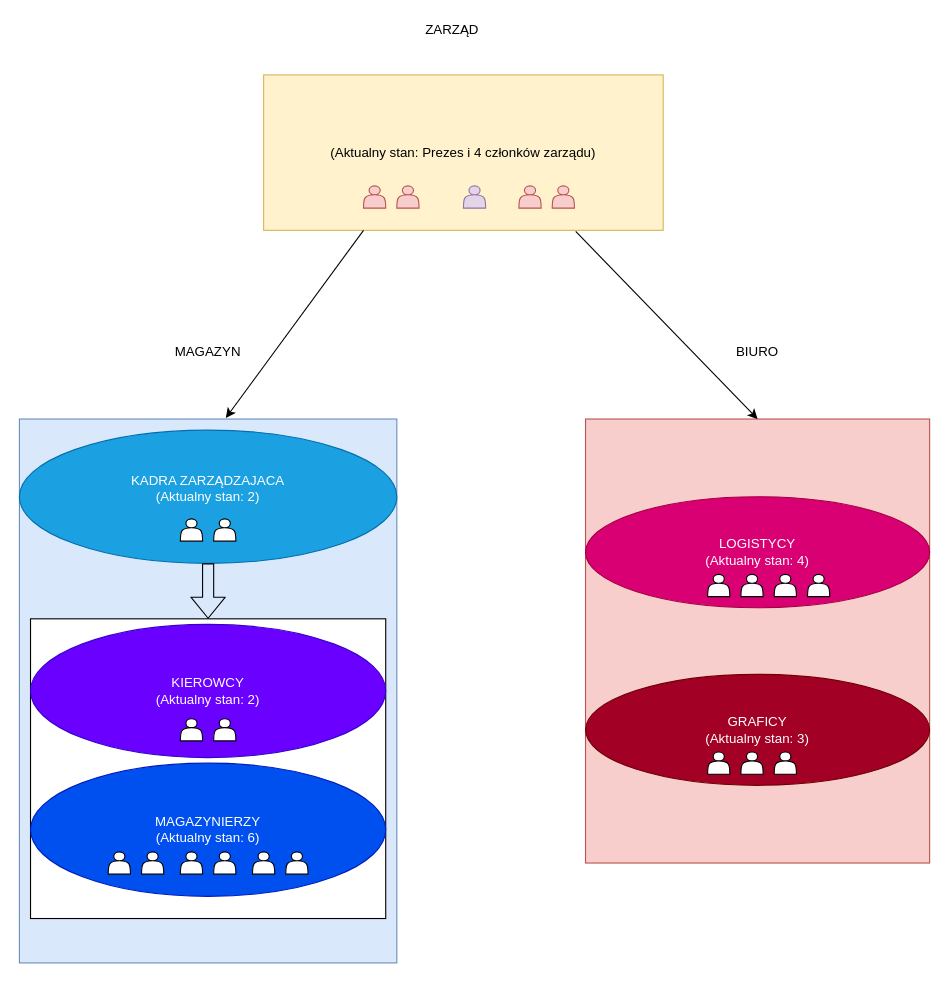
Before: Untitled Diagram.drawio in Moluk34/Studia, a draw.io diagram. Source tidied: cells renumbered, new cells numbered last; positions are measured from the earlier drawing's top-left corner, leaving out a move shared by most shapes. Both pictures are drawn from the tidied source at 111%, with x=0, y=0 at pixel (19, 19).
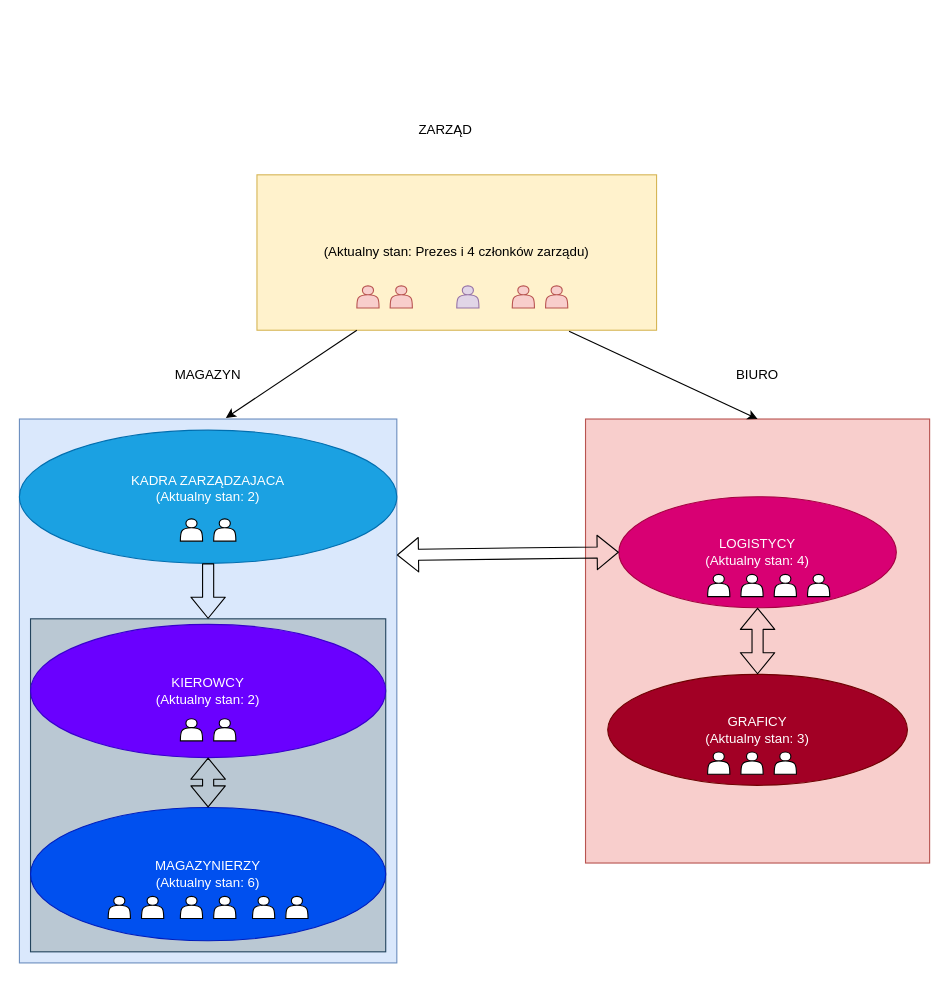
Above is the later version.

The change refers to these unchanged cells:
```xml
<mxCell id="2" style="rounded=0;whiteSpace=wrap;html=1;fillColor=#dae8fc;strokeColor=#6c8ebf;" parent="1" vertex="1">
  <mxGeometry y="360" width="340" height="490" as="geometry" />
</mxCell>
<mxCell id="14" value="KIEROWCY&lt;br&gt;(Aktualny stan: 2)" style="ellipse;whiteSpace=wrap;html=1;fillColor=#6a00ff;strokeColor=#3700CC;fontColor=#ffffff;" parent="1" vertex="1">
  <mxGeometry x="10" y="545" width="320" height="120" as="geometry" />
</mxCell>
```

What changed in the source:
```diff
@@
-    <mxCell id="3" style="rounded=0;whiteSpace=wrap;html=1;" parent="1" vertex="1">
-      <mxGeometry x="10" y="540" width="320" height="270" as="geometry" />
+    <mxCell id="3" style="rounded=0;whiteSpace=wrap;html=1;fillColor=#bac8d3;strokeColor=#23445d;" parent="1" vertex="1">
+      <mxGeometry x="10" y="540" width="320" height="300" as="geometry" />
     </mxCell>
@@
     <mxCell id="5" value="MAGAZYN" style="text;html=1;strokeColor=none;fillColor=none;align=center;verticalAlign=middle;whiteSpace=wrap;rounded=0;" parent="1" vertex="1">
-      <mxGeometry x="150" y="290" width="40" height="20" as="geometry" />
+      <mxGeometry x="150" y="310" width="40" height="20" as="geometry" />
     </mxCell>
     <mxCell id="6" value="BIURO" style="text;html=1;strokeColor=none;fillColor=none;align=center;verticalAlign=middle;whiteSpace=wrap;rounded=0;" parent="1" vertex="1">
-      <mxGeometry x="645" y="290" width="40" height="20" as="geometry" />
+      <mxGeometry x="645" y="310" width="40" height="20" as="geometry" />
     </mxCell>
     <mxCell id="7" value="(Aktualny stan: Prezes i 4 członków zarządu)" style="rounded=0;whiteSpace=wrap;html=1;fillColor=#fff2cc;strokeColor=#d6b656;" parent="1" vertex="1">
-      <mxGeometry x="220" y="50" width="360" height="140" as="geometry" />
+      <mxGeometry x="214" y="140" width="360" height="140" as="geometry" />
     </mxCell>
     <mxCell id="8" value="ZARZĄD" style="text;html=1;strokeColor=none;fillColor=none;align=center;verticalAlign=middle;whiteSpace=wrap;rounded=0;" parent="1" vertex="1">
-      <mxGeometry x="370" width="40" height="20" as="geometry" />
+      <mxGeometry x="364" y="90" width="40" height="20" as="geometry" />
     </mxCell>
@@
     <mxCell id="11" value="LOGISTYCY&lt;br&gt;(Aktualny stan: 4)" style="ellipse;whiteSpace=wrap;html=1;fillColor=#d80073;strokeColor=#A50040;fontColor=#ffffff;" parent="1" vertex="1">
-      <mxGeometry x="510" y="430" width="310" height="100" as="geometry" />
+      <mxGeometry x="540" y="430" width="250" height="100" as="geometry" />
     </mxCell>
     <mxCell id="12" value="GRAFICY&lt;br&gt;(Aktualny stan: 3)" style="ellipse;whiteSpace=wrap;html=1;fillColor=#a20025;strokeColor=#6F0000;fontColor=#ffffff;" parent="1" vertex="1">
-      <mxGeometry x="510" y="590" width="310" height="100" as="geometry" />
+      <mxGeometry x="530" y="590" width="270" height="100" as="geometry" />
     </mxCell>
     <mxCell id="13" value="MAGAZYNIERZY&lt;br&gt;(Aktualny stan: 6)" style="ellipse;whiteSpace=wrap;html=1;fillColor=#0050ef;strokeColor=#001DBC;fontColor=#ffffff;" parent="1" vertex="1">
-      <mxGeometry x="10" y="670" width="320" height="120" as="geometry" />
+      <mxGeometry x="10" y="710" width="320" height="120" as="geometry" />
     </mxCell>
@@
     <mxCell id="16" style="shape=actor;whiteSpace=wrap;html=1;" parent="1" vertex="1">
-      <mxGeometry x="80" y="750" width="20" height="20" as="geometry" />
+      <mxGeometry x="80" y="790" width="20" height="20" as="geometry" />
     </mxCell>
     <mxCell id="17" style="shape=actor;whiteSpace=wrap;html=1;" parent="1" vertex="1">
-      <mxGeometry x="110" y="750" width="20" height="20" as="geometry" />
+      <mxGeometry x="110" y="790" width="20" height="20" as="geometry" />
     </mxCell>
     <mxCell id="18" style="shape=actor;whiteSpace=wrap;html=1;" parent="1" vertex="1">
-      <mxGeometry x="145" y="750" width="20" height="20" as="geometry" />
+      <mxGeometry x="145" y="790" width="20" height="20" as="geometry" />
     </mxCell>
     <mxCell id="19" style="shape=actor;whiteSpace=wrap;html=1;" parent="1" vertex="1">
-      <mxGeometry x="175" y="750" width="20" height="20" as="geometry" />
+      <mxGeometry x="175" y="790" width="20" height="20" as="geometry" />
     </mxCell>
     <mxCell id="20" style="shape=actor;whiteSpace=wrap;html=1;" parent="1" vertex="1">
-      <mxGeometry x="210" y="750" width="20" height="20" as="geometry" />
+      <mxGeometry x="210" y="790" width="20" height="20" as="geometry" />
     </mxCell>
     <mxCell id="21" style="shape=actor;whiteSpace=wrap;html=1;" parent="1" vertex="1">
-      <mxGeometry x="240" y="750" width="20" height="20" as="geometry" />
+      <mxGeometry x="240" y="790" width="20" height="20" as="geometry" />
     </mxCell>
@@
     <mxCell id="26" style="shape=actor;whiteSpace=wrap;html=1;fillColor=#f8cecc;strokeColor=#b85450;" parent="1" vertex="1">
-      <mxGeometry x="310" y="150" width="20" height="20" as="geometry" />
+      <mxGeometry x="304" y="240" width="20" height="20" as="geometry" />
     </mxCell>
     <mxCell id="27" style="shape=actor;whiteSpace=wrap;html=1;fillColor=#f8cecc;strokeColor=#b85450;" parent="1" vertex="1">
-      <mxGeometry x="340" y="150" width="20" height="20" as="geometry" />
+      <mxGeometry x="334" y="240" width="20" height="20" as="geometry" />
     </mxCell>
     <mxCell id="28" style="shape=actor;whiteSpace=wrap;html=1;fillColor=#f8cecc;strokeColor=#b85450;" parent="1" vertex="1">
-      <mxGeometry x="450" y="150" width="20" height="20" as="geometry" />
+      <mxGeometry x="444" y="240" width="20" height="20" as="geometry" />
     </mxCell>
     <mxCell id="29" style="shape=actor;whiteSpace=wrap;html=1;fillColor=#f8cecc;strokeColor=#b85450;" parent="1" vertex="1">
-      <mxGeometry x="480" y="150" width="20" height="20" as="geometry" />
+      <mxGeometry x="474" y="240" width="20" height="20" as="geometry" />
     </mxCell>
     <mxCell id="30" style="shape=actor;whiteSpace=wrap;html=1;fillColor=#e1d5e7;strokeColor=#9673a6;" parent="1" vertex="1">
-      <mxGeometry x="400" y="150" width="20" height="20" as="geometry" />
+      <mxGeometry x="394" y="240" width="20" height="20" as="geometry" />
     </mxCell>
@@
+    <mxCell id="39" style="shape=flexArrow;endArrow=classic;startArrow=classic;html=1;exitX=0.5;exitY=0;exitDx=0;exitDy=0;entryX=0.5;entryY=1;entryDx=0;entryDy=0;" parent="1" edge="1" source="13" target="14">
+      <mxGeometry relative="1" as="geometry" />
+    </mxCell>
+    <mxCell id="40" style="shape=flexArrow;endArrow=classic;startArrow=classic;html=1;exitX=0.5;exitY=1;exitDx=0;exitDy=0;entryX=0.5;entryY=0;entryDx=0;entryDy=0;" parent="1" edge="1" source="11" target="12">
+      <mxGeometry relative="1" as="geometry" />
+    </mxCell>
+    <mxCell id="41" style="shape=flexArrow;endArrow=classic;startArrow=classic;html=1;entryX=0;entryY=0.5;entryDx=0;entryDy=0;exitX=1;exitY=0.25;exitDx=0;exitDy=0;" parent="1" edge="1" source="2" target="11">
+      <mxGeometry relative="1" as="geometry" />
+    </mxCell>
```
